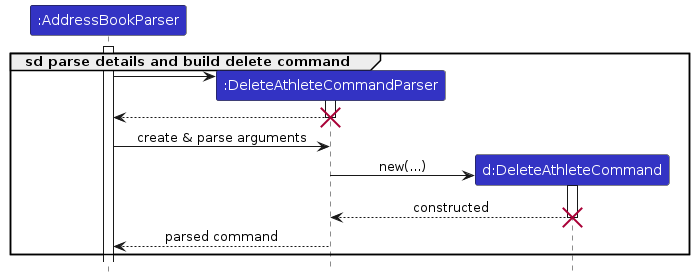
The PlantUML diagram diagrams/ParsingDeleteSequenceDiagram.png in AY2526S1-CS2103T-F13-3/tp, before a commit. Its source is kept beside it as diagrams/ParsingDeleteSequenceDiagram.puml. Its diagram source:
```plantuml
@startuml parseDetails
!include style.puml
skinparam ArrowFontStyle plain

hide footbox

participant ":AddressBookParser" as AddressBookParser LOGIC_COLOR
participant ":DeleteAthleteCommandParser" as DeleteAthleteCommandParser LOGIC_COLOR
participant "d:DeleteAthleteCommand" as DeleteAthleteCommand LOGIC_COLOR

activate AddressBookParser
group sd parse details and build delete command
  create DeleteAthleteCommandParser
  AddressBookParser -> DeleteAthleteCommandParser
  activate DeleteAthleteCommandParser


  DeleteAthleteCommandParser --> AddressBookParser
  deactivate DeleteAthleteCommandParser
  destroy DeleteAthleteCommandParser

  AddressBookParser -> DeleteAthleteCommandParser : create & parse arguments

  create DeleteAthleteCommand
  DeleteAthleteCommandParser -> DeleteAthleteCommand : new(...)
  activate DeleteAthleteCommand

  DeleteAthleteCommand --> DeleteAthleteCommandParser : constructed
  deactivate DeleteAthleteCommand
  destroy DeleteAthleteCommand

  DeleteAthleteCommandParser --> AddressBookParser : parsed command
end
@enduml
```
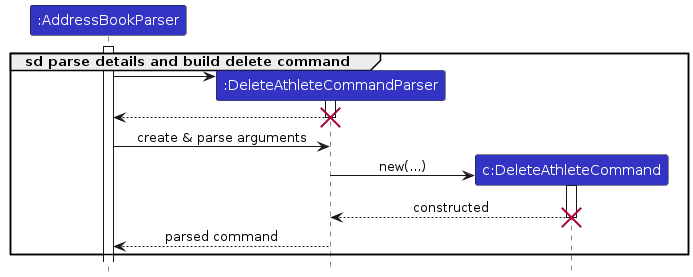
The same file after the commit.

The edit, as a diff of the source:
```diff
@@ -6,7 +6,7 @@
 
 participant ":AddressBookParser" as AddressBookParser LOGIC_COLOR
 participant ":DeleteAthleteCommandParser" as DeleteAthleteCommandParser LOGIC_COLOR
-participant "d:DeleteAthleteCommand" as DeleteAthleteCommand LOGIC_COLOR
+participant "c:DeleteAthleteCommand" as DeleteAthleteCommand LOGIC_COLOR
 
 activate AddressBookParser
 group sd parse details and build delete command
```
